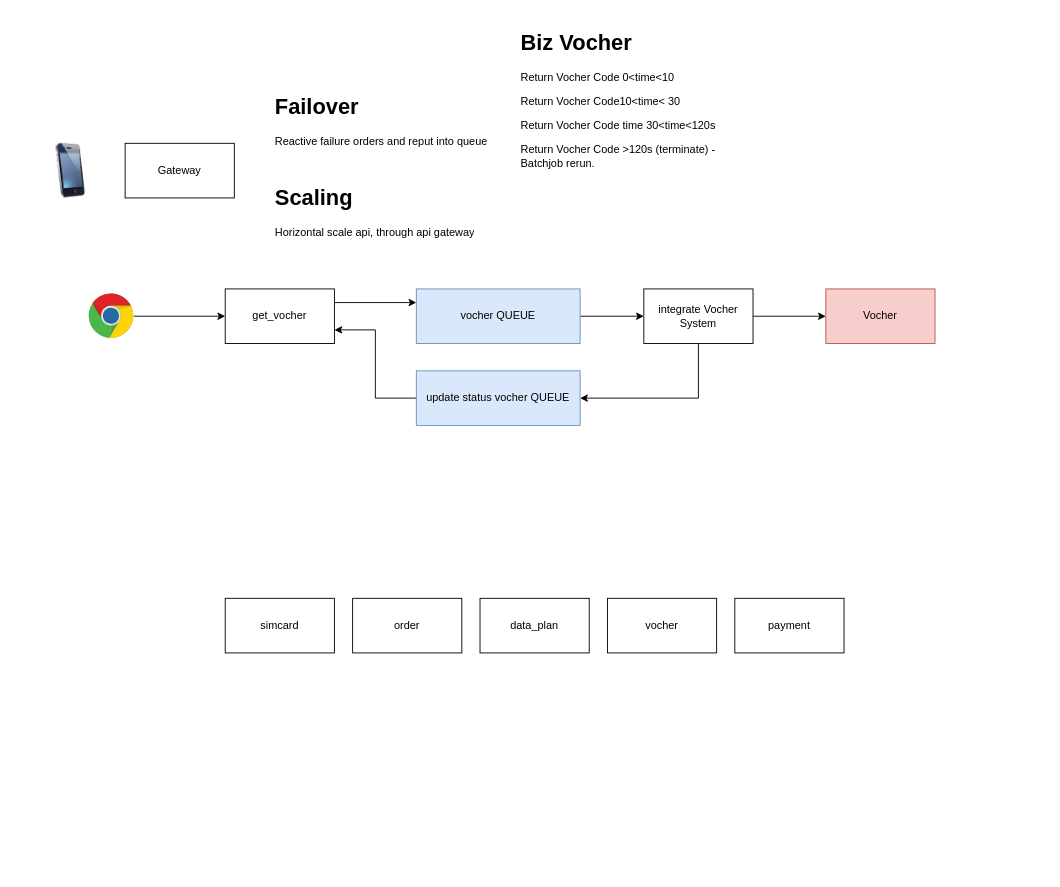
hieung/assignment keeps this draw.io diagram as page "HLD" (1 of 4) of design/bank_abc_design.drawio. Above is the earlier version. Source tidied: cells renumbered, new cells numbered last; positions are measured from the earlier drawing's top-left corner, leaving out a move shared by most shapes. Both pictures are drawn from the tidied source at 91%, with x=0, y=0 at pixel (43, 25).
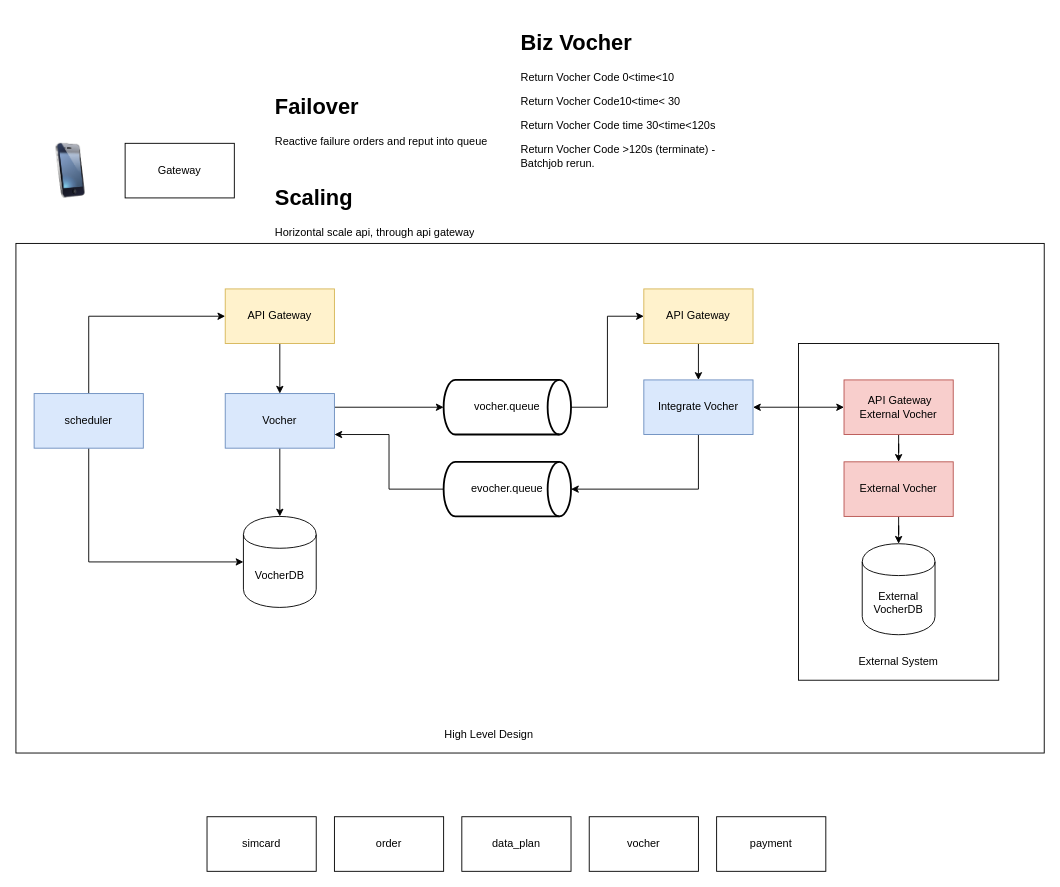
After the change.

Change to the diagram source:
```diff
@@
+    <mxCell id="24" style="rounded=0;whiteSpace=wrap;html=1;" parent="1" vertex="1">
+      <mxGeometry x="-30" y="240" width="1130" height="560" as="geometry" />
+    </mxCell>
+    <mxCell id="25" style="rounded=0;whiteSpace=wrap;html=1;" parent="1" vertex="1">
+      <mxGeometry x="830" y="350" width="220" height="370" as="geometry" />
+    </mxCell>
+    <mxCell id="26" style="edgeStyle=orthogonalEdgeStyle;rounded=0;jettySize=auto;html=1;entryX=0.5;entryY=0;entryDx=0;entryDy=0;" parent="1" edge="1" source="2" target="38">
+      <mxGeometry relative="1" as="geometry" />
+    </mxCell>
-    <mxCell id="2" value="Vocher" style="rounded=0;whiteSpace=wrap;html=1;fillColor=#f8cecc;strokeColor=#b85450;" parent="1" vertex="1">
-      <mxGeometry x="860" y="290" width="120" height="60" as="geometry" />
+    <mxCell id="2" value="External Vocher" style="rounded=0;whiteSpace=wrap;html=1;fillColor=#f8cecc;strokeColor=#b85450;" parent="1" vertex="1">
+      <mxGeometry x="880" y="480" width="120" height="60" as="geometry" />
     </mxCell>
-    <mxCell id="3" style="edgeStyle=orthogonalEdgeStyle;rounded=0;jettySize=auto;html=1;entryX=0;entryY=0.25;entryDx=0;entryDy=0;exitX=1;exitY=0.25;exitDx=0;exitDy=0;" parent="1" edge="1" source="4" target="10">
+    <mxCell id="3" style="edgeStyle=orthogonalEdgeStyle;rounded=0;jettySize=auto;html=1;entryX=0;entryY=0.5;entryDx=0;entryDy=0;exitX=1;exitY=0.25;exitDx=0;exitDy=0;entryPerimeter=0;" parent="1" edge="1" source="4" target="31">
       <mxGeometry relative="1" as="geometry" />
     </mxCell>
+    <mxCell id="27" style="edgeStyle=orthogonalEdgeStyle;rounded=0;jettySize=auto;html=1;entryX=0.5;entryY=0;entryDx=0;entryDy=0;startArrow=none;startFill=0;" parent="1" edge="1" source="4" target="33">
+      <mxGeometry relative="1" as="geometry" />
+    </mxCell>
-    <mxCell id="4" value="get_vocher" style="rounded=0;whiteSpace=wrap;html=1;" parent="1" vertex="1">
-      <mxGeometry x="200" y="290" width="120" height="60" as="geometry" />
+    <mxCell id="4" value="Vocher" style="rounded=0;whiteSpace=wrap;html=1;fillColor=#dae8fc;strokeColor=#6c8ebf;" parent="1" vertex="1">
+      <mxGeometry x="200" y="405" width="120" height="60" as="geometry" />
     </mxCell>
@@
-    <mxCell id="6" style="edgeStyle=orthogonalEdgeStyle;rounded=0;jettySize=auto;html=1;entryX=0;entryY=0.5;entryDx=0;entryDy=0;" parent="1" edge="1" source="7" target="4">
-      <mxGeometry relative="1" as="geometry" />
-    </mxCell>
-    <mxCell id="7" style="dashed=0;outlineConnect=0;html=1;align=center;labelPosition=center;verticalLabelPosition=bottom;verticalAlign=top;shape=mxgraph.weblogos.chrome;" parent="1" vertex="1">
-      <mxGeometry x="50" y="295" width="49.6" height="50" as="geometry" />
-    </mxCell>
@@
-    <mxCell id="9" style="edgeStyle=orthogonalEdgeStyle;rounded=0;jettySize=auto;html=1;entryX=0;entryY=0.5;entryDx=0;entryDy=0;" parent="1" edge="1" source="10" target="13">
+    <mxCell id="9" style="edgeStyle=orthogonalEdgeStyle;rounded=0;jettySize=auto;html=1;entryX=0;entryY=0.5;entryDx=0;entryDy=0;exitX=1;exitY=0.5;exitDx=0;exitDy=0;exitPerimeter=0;" parent="1" edge="1" source="31" target="37">
       <mxGeometry relative="1" as="geometry" />
     </mxCell>
-    <mxCell id="10" value="vocher QUEUE" style="rounded=0;whiteSpace=wrap;html=1;fillColor=#dae8fc;strokeColor=#6c8ebf;" parent="1" vertex="1">
-      <mxGeometry x="410" y="290" width="180" height="60" as="geometry" />
-    </mxCell>
-    <mxCell id="11" style="edgeStyle=orthogonalEdgeStyle;rounded=0;jettySize=auto;html=1;entryX=0;entryY=0.5;entryDx=0;entryDy=0;" parent="1" edge="1" source="13" target="2">
+    <mxCell id="11" style="edgeStyle=orthogonalEdgeStyle;rounded=0;jettySize=auto;html=1;entryX=0;entryY=0.5;entryDx=0;entryDy=0;startArrow=classic;startFill=1;" parent="1" edge="1" source="13" target="40">
       <mxGeometry relative="1" as="geometry" />
     </mxCell>
-    <mxCell id="12" style="edgeStyle=orthogonalEdgeStyle;rounded=0;jettySize=auto;html=1;entryX=1;entryY=0.5;entryDx=0;entryDy=0;exitX=0.5;exitY=1;exitDx=0;exitDy=0;" parent="1" edge="1" source="13" target="15">
+    <mxCell id="12" style="edgeStyle=orthogonalEdgeStyle;rounded=0;jettySize=auto;html=1;entryX=1;entryY=0.5;entryDx=0;entryDy=0;exitX=0.5;exitY=1;exitDx=0;exitDy=0;entryPerimeter=0;" parent="1" edge="1" source="13" target="32">
       <mxGeometry relative="1" as="geometry">
         <Array as="points">
-          <mxPoint x="720" y="410" />
+          <mxPoint x="720" y="510" />
         </Array>
       </mxGeometry>
     </mxCell>
-    <mxCell id="13" value="integrate Vocher System" style="rounded=0;whiteSpace=wrap;html=1;" parent="1" vertex="1">
-      <mxGeometry x="660" y="290" width="120" height="60" as="geometry" />
+    <mxCell id="13" value="Integrate Vocher" style="rounded=0;whiteSpace=wrap;html=1;fillColor=#dae8fc;strokeColor=#6c8ebf;" parent="1" vertex="1">
+      <mxGeometry x="660" y="390" width="120" height="60" as="geometry" />
     </mxCell>
-    <mxCell id="14" style="edgeStyle=orthogonalEdgeStyle;rounded=0;jettySize=auto;html=1;entryX=1;entryY=0.75;entryDx=0;entryDy=0;" parent="1" edge="1" source="15" target="4">
+    <mxCell id="14" style="edgeStyle=orthogonalEdgeStyle;rounded=0;jettySize=auto;html=1;entryX=1;entryY=0.75;entryDx=0;entryDy=0;exitX=0;exitY=0.5;exitDx=0;exitDy=0;exitPerimeter=0;" parent="1" edge="1" source="32" target="4">
       <mxGeometry relative="1" as="geometry" />
     </mxCell>
-    <mxCell id="15" value="update status vocher QUEUE" style="rounded=0;whiteSpace=wrap;html=1;fillColor=#dae8fc;strokeColor=#6c8ebf;" parent="1" vertex="1">
-      <mxGeometry x="410" y="380" width="180" height="60" as="geometry" />
-    </mxCell>
@@
     <mxCell id="19" value="simcard" style="rounded=0;whiteSpace=wrap;html=1;" parent="1" vertex="1">
-      <mxGeometry x="200" y="630" width="120" height="60" as="geometry" />
+      <mxGeometry x="180" y="870" width="120" height="60" as="geometry" />
     </mxCell>
     <mxCell id="20" value="vocher" style="rounded=0;whiteSpace=wrap;html=1;" parent="1" vertex="1">
-      <mxGeometry x="620" y="630" width="120" height="60" as="geometry" />
+      <mxGeometry x="600" y="870" width="120" height="60" as="geometry" />
     </mxCell>
     <mxCell id="21" value="order" style="rounded=0;whiteSpace=wrap;html=1;" parent="1" vertex="1">
-      <mxGeometry x="340" y="630" width="120" height="60" as="geometry" />
+      <mxGeometry x="320" y="870" width="120" height="60" as="geometry" />
     </mxCell>
     <mxCell id="22" value="data_plan" style="rounded=0;whiteSpace=wrap;html=1;" parent="1" vertex="1">
-      <mxGeometry x="480" y="630" width="120" height="60" as="geometry" />
+      <mxGeometry x="460" y="870" width="120" height="60" as="geometry" />
     </mxCell>
     <mxCell id="23" value="payment" style="rounded=0;whiteSpace=wrap;html=1;" parent="1" vertex="1">
-      <mxGeometry x="760" y="630" width="120" height="60" as="geometry" />
+      <mxGeometry x="740" y="870" width="120" height="60" as="geometry" />
     </mxCell>
+    <mxCell id="28" style="edgeStyle=orthogonalEdgeStyle;rounded=0;jettySize=auto;html=1;entryX=0;entryY=0.5;entryDx=0;entryDy=0;" parent="1" edge="1" source="30" target="33">
+      <mxGeometry relative="1" as="geometry">
+        <Array as="points">
+          <mxPoint x="50" y="590" />
+        </Array>
+      </mxGeometry>
+    </mxCell>
+    <mxCell id="29" style="edgeStyle=orthogonalEdgeStyle;rounded=0;jettySize=auto;html=1;entryX=0;entryY=0.5;entryDx=0;entryDy=0;" parent="1" edge="1" source="30" target="35">
+      <mxGeometry relative="1" as="geometry">
+        <Array as="points">
+          <mxPoint x="50" y="320" />
+        </Array>
+      </mxGeometry>
+    </mxCell>
+    <mxCell id="30" value="scheduler" style="rounded=0;whiteSpace=wrap;html=1;fillColor=#dae8fc;strokeColor=#6c8ebf;" parent="1" vertex="1">
+      <mxGeometry x="-10" y="405" width="120" height="60" as="geometry" />
+    </mxCell>
+    <mxCell id="31" value="vocher.queue" style="strokeWidth=2;html=1;shape=mxgraph.flowchart.direct_data;whiteSpace=wrap;" parent="1" vertex="1">
+      <mxGeometry x="440" y="390" width="140" height="60" as="geometry" />
+    </mxCell>
+    <mxCell id="32" value="evocher.queue" style="strokeWidth=2;html=1;shape=mxgraph.flowchart.direct_data;whiteSpace=wrap;rotation=0;" parent="1" vertex="1">
+      <mxGeometry x="440" y="480" width="140" height="60" as="geometry" />
+    </mxCell>
+    <mxCell id="33" value="VocherDB" style="shape=cylinder;whiteSpace=wrap;html=1;boundedLbl=1;backgroundOutline=1;" parent="1" vertex="1">
+      <mxGeometry x="220" y="540" width="80" height="100" as="geometry" />
+    </mxCell>
+    <mxCell id="34" style="edgeStyle=orthogonalEdgeStyle;rounded=0;jettySize=auto;html=1;entryX=0.5;entryY=0;entryDx=0;entryDy=0;" parent="1" edge="1" source="35" target="4">
+      <mxGeometry relative="1" as="geometry" />
+    </mxCell>
+    <mxCell id="35" value="API Gateway" style="rounded=0;whiteSpace=wrap;html=1;fillColor=#fff2cc;strokeColor=#d6b656;" parent="1" vertex="1">
+      <mxGeometry x="200" y="290" width="120" height="60" as="geometry" />
+    </mxCell>
+    <mxCell id="36" style="edgeStyle=orthogonalEdgeStyle;rounded=0;jettySize=auto;html=1;entryX=0.5;entryY=0;entryDx=0;entryDy=0;" parent="1" edge="1" source="37" target="13">
+      <mxGeometry relative="1" as="geometry" />
+    </mxCell>
+    <mxCell id="37" value="API Gateway" style="rounded=0;whiteSpace=wrap;html=1;fillColor=#fff2cc;strokeColor=#d6b656;" parent="1" vertex="1">
+      <mxGeometry x="660" y="290" width="120" height="60" as="geometry" />
+    </mxCell>
+    <mxCell id="38" value="External VocherDB" style="shape=cylinder;whiteSpace=wrap;html=1;boundedLbl=1;backgroundOutline=1;" parent="1" vertex="1">
+      <mxGeometry x="900" y="570" width="80" height="100" as="geometry" />
+    </mxCell>
+    <mxCell id="39" style="edgeStyle=orthogonalEdgeStyle;rounded=0;jettySize=auto;html=1;entryX=0.5;entryY=0;entryDx=0;entryDy=0;startArrow=none;startFill=0;" parent="1" edge="1" source="40" target="2">
+      <mxGeometry relative="1" as="geometry" />
+    </mxCell>
+    <mxCell id="40" value="&amp;nbsp;API Gateway &lt;br&gt;External Vocher" style="rounded=0;whiteSpace=wrap;html=1;fillColor=#f8cecc;strokeColor=#b85450;" parent="1" vertex="1">
+      <mxGeometry x="880" y="390" width="120" height="60" as="geometry" />
+    </mxCell>
+    <mxCell id="41" value="External System" style="text;html=1;strokeColor=none;fillColor=none;align=center;verticalAlign=middle;whiteSpace=wrap;rounded=0;" parent="1" vertex="1">
+      <mxGeometry x="870" y="690" width="140" height="20" as="geometry" />
+    </mxCell>
+    <mxCell id="42" value="High Level Design" style="text;html=1;strokeColor=none;fillColor=none;align=center;verticalAlign=middle;whiteSpace=wrap;rounded=0;" parent="1" vertex="1">
+      <mxGeometry x="430" y="770" width="120" height="20" as="geometry" />
+    </mxCell>
```
